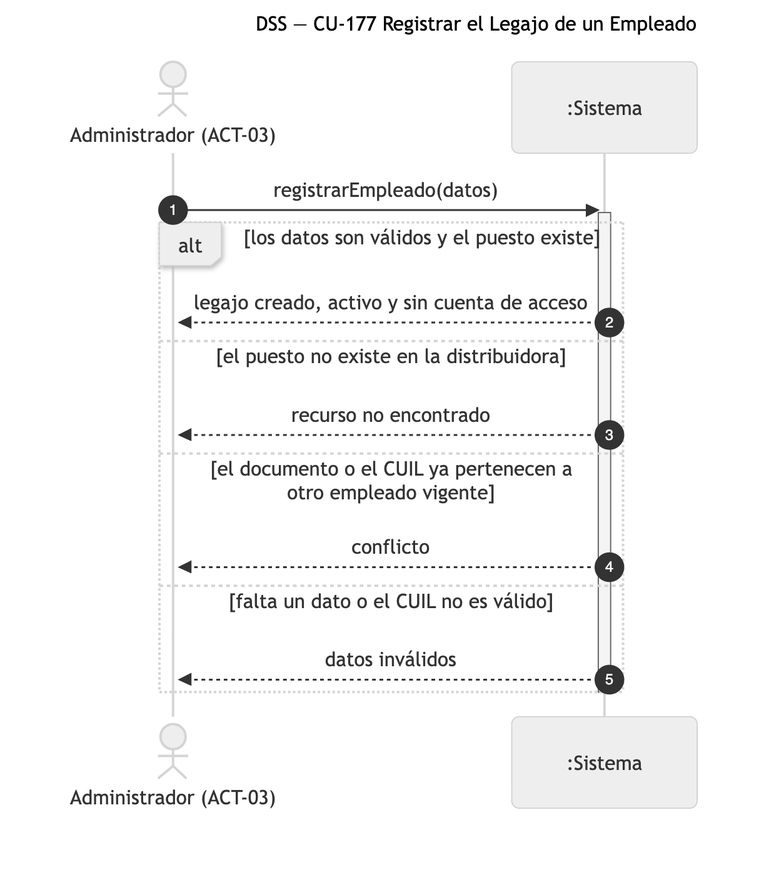
The Mermaid diagram diagramas/png/DSS_CU-177_Registrar-el-Legajo-de-un-Empleado.png in Nahuelito-Dev/splg-docs, before a commit. Its source is kept beside it as diagramas/DSS_CU-177_Registrar-el-Legajo-de-un-Empleado.mmd.
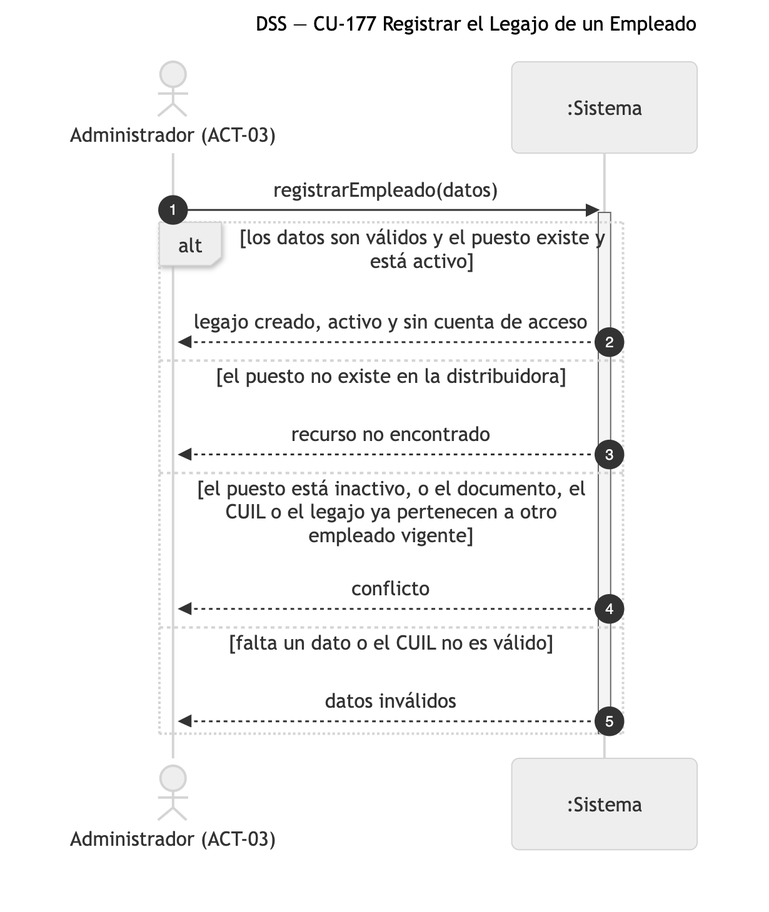
After the change.

Diff of the diagram source:
```diff
@@ -6,11 +6,11 @@
 
     ADM->>SIS: registrarEmpleado(datos)
     activate SIS
-    alt los datos son válidos y el puesto existe
+    alt los datos son válidos y el puesto existe y está activo
         SIS-->>ADM: legajo creado, activo y sin cuenta de acceso
     else el puesto no existe en la distribuidora
         SIS-->>ADM: recurso no encontrado
-    else el documento o el CUIL ya pertenecen a otro empleado vigente
+    else el puesto está inactivo, o el documento, el CUIL o el legajo ya pertenecen a otro empleado vigente
         SIS-->>ADM: conflicto
     else falta un dato o el CUIL no es válido
         SIS-->>ADM: datos inválidos
```
